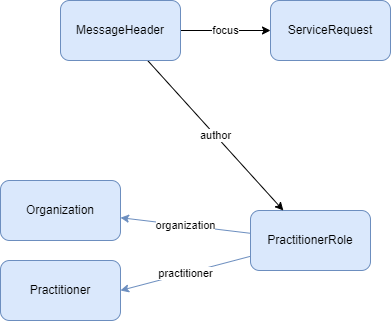
Before: input/images/revisar-recursos.png, a diagram exported from draw.io (Minsal-CL/SIGTEv2-IG). Source tidied: cells renumbered, new cells last; positions are measured from the earlier drawing's top-left corner, leaving out a move shared by most shapes.
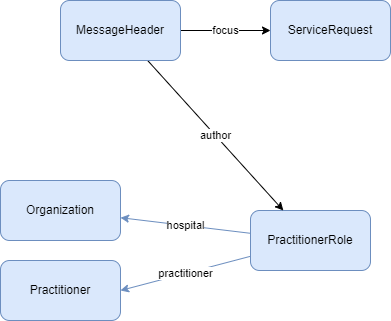
Later version of the same file.

The edit, as a diff of the source:
```diff
@@ -5,7 +5,7 @@
     <mxCell id="2" value="ServiceRequest" style="rounded=1;whiteSpace=wrap;html=1;fillColor=#dae8fc;strokeColor=#6c8ebf;" parent="1" vertex="1">
       <mxGeometry x="270" width="120" height="60" as="geometry" />
     </mxCell>
-    <mxCell id="3" value="organization" style="edgeStyle=none;rounded=0;jettySize=auto;html=1;fillColor=#dae8fc;strokeColor=#6c8ebf;" parent="1" edge="1" source="5" target="6">
+    <mxCell id="3" value="hospital" style="edgeStyle=none;rounded=0;jettySize=auto;html=1;fillColor=#dae8fc;strokeColor=#6c8ebf;" parent="1" edge="1" source="5" target="6">
       <mxGeometry relative="1" as="geometry" />
     </mxCell>
     <mxCell id="4" value="practitioner" style="edgeStyle=none;rounded=0;jettySize=auto;html=1;entryX=1;entryY=0.5;entryDx=0;entryDy=0;fillColor=#dae8fc;strokeColor=#6c8ebf;" parent="1" edge="1" source="5" target="7">
```
